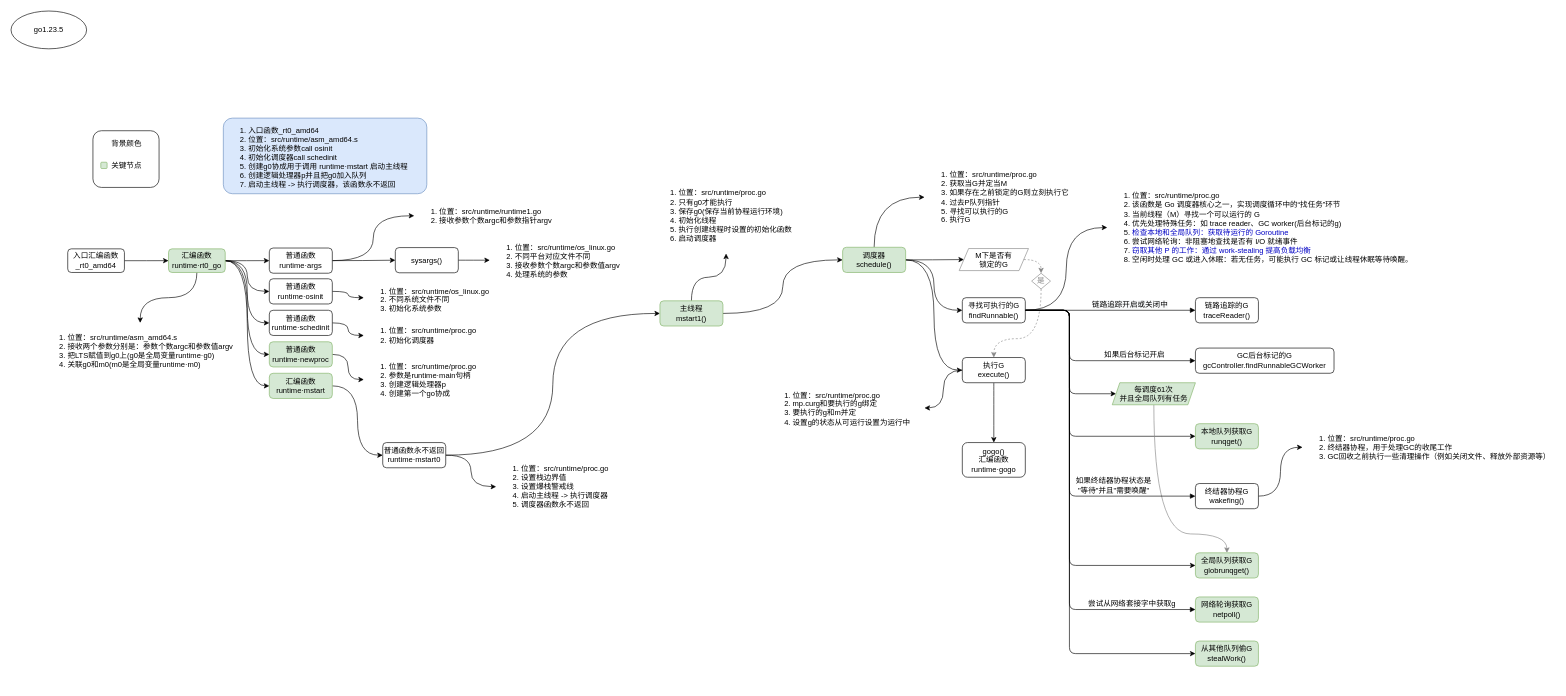
The draw.io diagram book/src/MGP.drawio in fire1220/annotation-go1.23.5, before the edit. Source tidied: cells renumbered, new cells numbered last; positions are measured from the earlier drawing's top-left corner, leaving out a move shared by most shapes. Both pictures are drawn from the tidied source at 63%, with x=0, y=0 at pixel (11, 11).
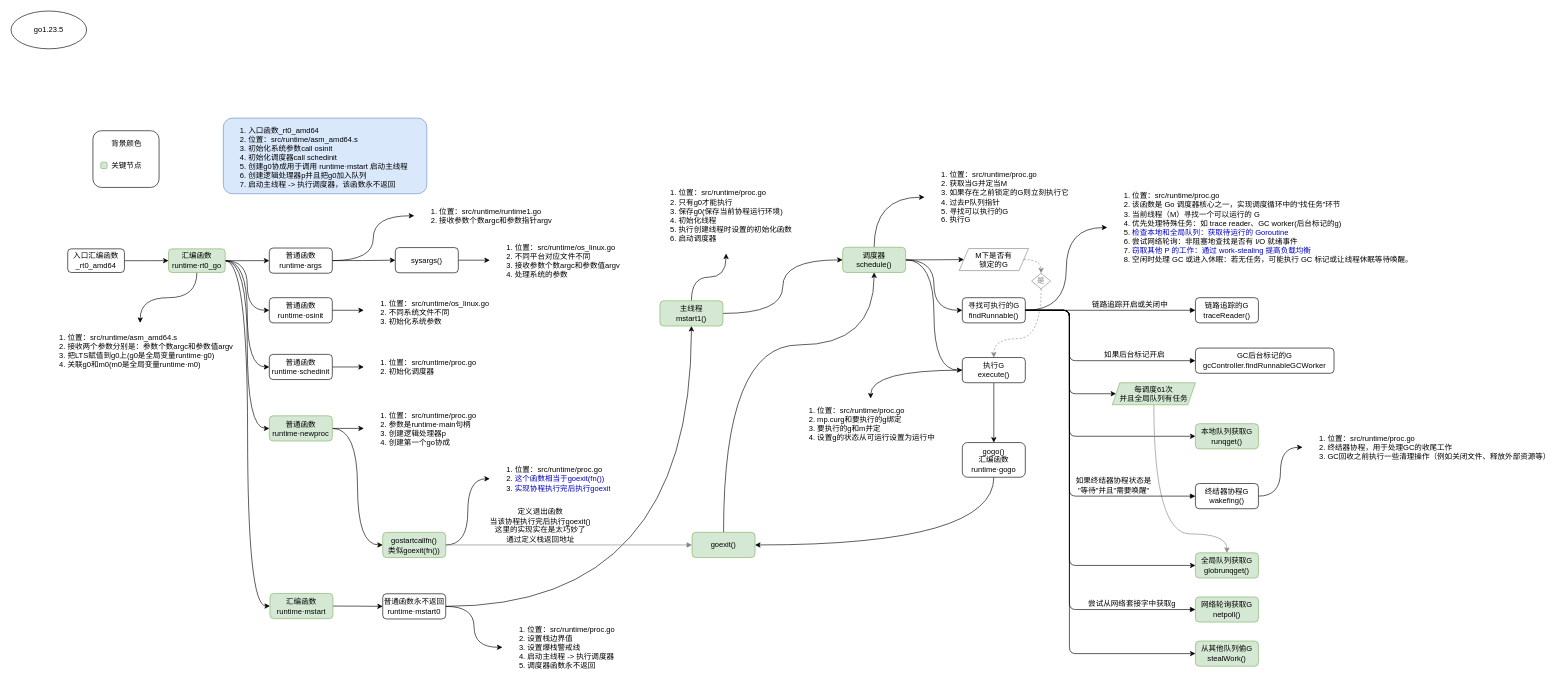
After the change.

Commit message (it also covers changes not shown here):
MPG-gogo

The change refers to these unchanged cells:
```xml
<mxCell id="38" value="主线程&lt;br&gt;mstart1()" style="rounded=1;whiteSpace=wrap;html=1;labelBackgroundColor=none;fontSize=12;align=center;fillColor=#d5e8d4;strokeColor=#82b366;" parent="1" vertex="1">
  <mxGeometry x="1030" y="460" width="100" height="40" as="geometry" />
</mxCell>
<mxCell id="44" value="调度器&lt;br&gt;schedule()" style="rounded=1;whiteSpace=wrap;html=1;labelBackgroundColor=none;fontSize=12;align=center;fillColor=#d5e8d4;strokeColor=#82b366;" parent="1" vertex="1">
  <mxGeometry x="1320" y="375" width="100" height="40" as="geometry" />
</mxCell>
<mxCell id="81" value="gogo()&lt;br&gt;汇编函数&lt;br&gt;runtime·gogo" style="rounded=1;whiteSpace=wrap;html=1;labelBackgroundColor=none;fontSize=12;align=center;" parent="1" vertex="1">
  <mxGeometry x="1510" y="685" width="100" height="55" as="geometry" />
</mxCell>
```

Diff of the diagram source:
```diff
@@
     <mxCell id="17" value="普通函数&lt;br&gt;runtime·osinit" style="rounded=1;whiteSpace=wrap;html=1;labelBackgroundColor=none;align=center;" parent="1" vertex="1">
-      <mxGeometry x="410" y="425" width="100" height="40" as="geometry" />
+      <mxGeometry x="410" y="455" width="100" height="40" as="geometry" />
     </mxCell>
-    <mxCell id="18" style="edgeStyle=orthogonalEdgeStyle;curved=1;rounded=0;jettySize=auto;html=1;fontSize=12;strokeWidth=1;" parent="1" edge="1" source="19" target="33">
+    <mxCell id="18" style="edgeStyle=orthogonalEdgeStyle;curved=1;rounded=0;jettySize=auto;html=1;fontSize=12;strokeWidth=1;entryX=0;entryY=0.5;entryDx=0;entryDy=0;" parent="1" edge="1" source="19" target="33">
       <mxGeometry relative="1" as="geometry" />
     </mxCell>
     <mxCell id="19" value="普通函数&lt;br&gt;runtime·schedinit" style="rounded=1;whiteSpace=wrap;html=1;labelBackgroundColor=none;align=center;" parent="1" vertex="1">
-      <mxGeometry x="410" y="475" width="100" height="40" as="geometry" />
+      <mxGeometry x="410" y="545" width="100" height="40" as="geometry" />
     </mxCell>
@@
+    <mxCell id="82" style="edgeStyle=orthogonalEdgeStyle;curved=1;rounded=1;jettySize=auto;html=1;entryX=0;entryY=0.5;entryDx=0;entryDy=0;fontSize=12;fontColor=#000000;strokeColor=#000000;strokeWidth=1;" parent="1" edge="1" source="21" target="85">
+      <mxGeometry relative="1" as="geometry" />
+    </mxCell>
     <mxCell id="21" value="普通函数&lt;br&gt;runtime·newproc" style="rounded=1;whiteSpace=wrap;html=1;labelBackgroundColor=none;align=center;fillColor=#d5e8d4;strokeColor=#82b366;" parent="1" vertex="1">
-      <mxGeometry x="410" y="525" width="100" height="40" as="geometry" />
+      <mxGeometry x="410" y="642.5" width="100" height="40" as="geometry" />
     </mxCell>
@@
     <mxCell id="23" value="汇编函数&lt;br&gt;runtime·mstart" style="rounded=1;whiteSpace=wrap;html=1;labelBackgroundColor=none;align=center;fillColor=#d5e8d4;strokeColor=#82b366;" parent="1" vertex="1">
-      <mxGeometry x="410" y="575" width="100" height="40" as="geometry" />
+      <mxGeometry x="411" y="924.5" width="100" height="40" as="geometry" />
     </mxCell>
@@
-    <mxCell id="25" style="edgeStyle=orthogonalEdgeStyle;curved=1;rounded=0;jettySize=auto;html=1;entryX=0;entryY=0.5;entryDx=0;entryDy=0;fontSize=12;strokeWidth=1;" parent="1" edge="1" source="26" target="38">
+    <mxCell id="25" style="edgeStyle=orthogonalEdgeStyle;curved=1;rounded=0;jettySize=auto;html=1;entryX=0.5;entryY=1;entryDx=0;entryDy=0;fontSize=12;strokeWidth=1;" parent="1" edge="1" source="26" target="38">
       <mxGeometry relative="1" as="geometry" />
     </mxCell>
     <mxCell id="26" value="&lt;span&gt;普通函数永不返回&lt;/span&gt;&lt;br&gt;runtime·mstart0" style="rounded=1;whiteSpace=wrap;html=1;labelBackgroundColor=none;align=center;" parent="1" vertex="1">
-      <mxGeometry x="590" y="685" width="100" height="40" as="geometry" />
+      <mxGeometry x="590" y="925" width="100" height="40" as="geometry" />
     </mxCell>
     <mxCell id="27" value="&lt;ol&gt;&lt;li&gt;&lt;span style=&quot;font-size: 12px ; text-align: center&quot;&gt;位置：&lt;/span&gt;src/runtime/proc.go&lt;/li&gt;&lt;li style=&quot;font-size: 12px&quot;&gt;&lt;span style=&quot;text-align: center&quot;&gt;参数是runtime·main句柄&lt;/span&gt;&lt;br&gt;&lt;/li&gt;&lt;li style=&quot;font-size: 12px&quot;&gt;创建逻辑处理器p&lt;/li&gt;&lt;li style=&quot;font-size: 12px&quot;&gt;创建第一个go协成&lt;/li&gt;&lt;/ol&gt;" style="text;strokeColor=none;fillColor=none;html=1;verticalAlign=middle;overflow=hidden;align=left;spacing=0;labelBorderColor=none;labelBackgroundColor=none;imageWidth=24;imageHeight=24;arcSize=12;fontSize=12;absoluteArcSize=0;fillOpacity=100;" parent="1" vertex="1">
-      <mxGeometry x="560" y="545" width="190" height="80" as="geometry" />
+      <mxGeometry x="560" y="622.5" width="190" height="80" as="geometry" />
     </mxCell>
@@
     <mxCell id="33" value="&lt;ol&gt;&lt;li&gt;&lt;span style=&quot;font-size: 12px;&quot;&gt;位置：&lt;/span&gt;src/runtime/proc.go&lt;/li&gt;&lt;li style=&quot;font-size: 12px;&quot;&gt;初始化调度器&lt;/li&gt;&lt;/ol&gt;" style="text;strokeColor=none;fillColor=none;html=1;verticalAlign=middle;overflow=hidden;align=left;spacing=0;labelBorderColor=none;labelBackgroundColor=none;imageWidth=24;imageHeight=24;arcSize=12;fontSize=12;absoluteArcSize=0;fillOpacity=100;" parent="1" vertex="1">
-      <mxGeometry x="560" y="485" width="190" height="60" as="geometry" />
+      <mxGeometry x="560" y="535" width="190" height="60" as="geometry" />
     </mxCell>
     <mxCell id="34" value="&lt;ol&gt;&lt;li&gt;&lt;span style=&quot;font-size: 12px&quot;&gt;位置：&lt;/span&gt;src/runtime/os_linux.go&lt;/li&gt;&lt;li&gt;不同系统文件不同&lt;/li&gt;&lt;li style=&quot;font-size: 12px&quot;&gt;初始化系统参数&lt;/li&gt;&lt;/ol&gt;" style="text;strokeColor=none;fillColor=none;html=1;verticalAlign=middle;overflow=hidden;align=left;spacing=0;labelBorderColor=none;labelBackgroundColor=none;imageWidth=24;imageHeight=24;arcSize=12;fontSize=12;absoluteArcSize=0;fillOpacity=100;" parent="1" vertex="1">
-      <mxGeometry x="560" y="425" width="210" height="60" as="geometry" />
+      <mxGeometry x="560" y="445" width="210" height="60" as="geometry" />
     </mxCell>
     <mxCell id="35" value="&lt;ol&gt;&lt;li&gt;&lt;span style=&quot;font-size: 12px ; text-align: center&quot;&gt;位置：&lt;/span&gt;src/runtime/proc.go&lt;/li&gt;&lt;li&gt;设置栈边界值&lt;/li&gt;&lt;li&gt;设置爆栈警戒线&lt;/li&gt;&lt;li&gt;启动主线程 -&amp;gt; 执行调度器&lt;/li&gt;&lt;li&gt;调度器函数永不返回&lt;br&gt;&lt;/li&gt;&lt;/ol&gt;" style="text;strokeColor=none;fillColor=none;html=1;verticalAlign=middle;overflow=hidden;align=left;spacing=0;labelBorderColor=none;labelBackgroundColor=none;imageWidth=24;imageHeight=24;arcSize=12;fontSize=12;absoluteArcSize=0;fillOpacity=100;" parent="1" vertex="1">
-      <mxGeometry x="770" y="695" width="200" height="120" as="geometry" />
+      <mxGeometry x="780" y="950" width="200" height="120" as="geometry" />
     </mxCell>
@@
     <mxCell id="80" value="&lt;ol&gt;&lt;li&gt;&lt;span style=&quot;font-size: 12px ; text-align: center&quot;&gt;位置：&lt;/span&gt;src/runtime/proc.go&lt;/li&gt;&lt;li&gt;mp.curg和要执行的g绑定&lt;/li&gt;&lt;li&gt;要执行的g和m并定&lt;/li&gt;&lt;li&gt;设置g的状态从可运行设置为运行中&lt;/li&gt;&lt;/ol&gt;" style="text;strokeColor=none;fillColor=none;html=1;verticalAlign=middle;overflow=hidden;align=left;spacing=0;labelBorderColor=none;labelBackgroundColor=none;imageWidth=24;imageHeight=24;arcSize=12;fontSize=12;absoluteArcSize=0;fillOpacity=100;" parent="1" vertex="1">
-      <mxGeometry x="1201" y="590" width="249" height="80" as="geometry" />
+      <mxGeometry x="1240" y="615" width="249" height="80" as="geometry" />
     </mxCell>
+    <mxCell id="83" style="edgeStyle=orthogonalEdgeStyle;curved=1;rounded=1;jettySize=auto;html=1;entryX=1;entryY=0.5;entryDx=0;entryDy=0;fontSize=12;fontColor=#000000;strokeColor=#000000;strokeWidth=1;exitX=0.5;exitY=1;exitDx=0;exitDy=0;" parent="1" edge="1" source="81" target="88">
+      <mxGeometry relative="1" as="geometry" />
+    </mxCell>
@@
+    <mxCell id="84" style="edgeStyle=orthogonalEdgeStyle;curved=1;rounded=1;jettySize=auto;html=1;entryX=0;entryY=0.5;entryDx=0;entryDy=0;fontSize=12;fontColor=#000000;strokeColor=#000000;strokeWidth=1;exitX=1;exitY=0.5;exitDx=0;exitDy=0;" parent="1" edge="1" source="85" target="86">
+      <mxGeometry relative="1" as="geometry" />
+    </mxCell>
+    <mxCell id="85" value="gostartcallfn()&lt;br&gt;类似goexit(fn())" style="rounded=1;whiteSpace=wrap;html=1;labelBackgroundColor=none;align=center;fillColor=#d5e8d4;strokeColor=#82b366;" parent="1" vertex="1">
+      <mxGeometry x="590" y="827.5" width="100" height="40" as="geometry" />
+    </mxCell>
+    <mxCell id="86" value="&lt;ol&gt;&lt;li&gt;&lt;span style=&quot;font-size: 12px&quot;&gt;位置：&lt;/span&gt;src/runtime/proc.go&lt;/li&gt;&lt;li style=&quot;font-size: 12px&quot;&gt;&lt;font color=&quot;#0000c4&quot;&gt;这个函数相当于goexit(fn())&lt;/font&gt;&lt;/li&gt;&lt;li style=&quot;font-size: 12px&quot;&gt;&lt;font color=&quot;#0000c4&quot;&gt;实现协程执行完后执行goexit&lt;/font&gt;&lt;/li&gt;&lt;/ol&gt;" style="text;strokeColor=none;fillColor=none;html=1;verticalAlign=middle;overflow=hidden;align=left;spacing=0;labelBorderColor=none;labelBackgroundColor=none;imageWidth=24;imageHeight=24;arcSize=12;fontSize=12;absoluteArcSize=0;fillOpacity=100;" parent="1" vertex="1">
+      <mxGeometry x="760" y="702.5" width="200" height="80" as="geometry" />
+    </mxCell>
+    <mxCell id="87" style="edgeStyle=orthogonalEdgeStyle;curved=1;rounded=1;jettySize=auto;html=1;entryX=0.5;entryY=1;entryDx=0;entryDy=0;fontSize=12;fontColor=#000000;strokeColor=#000000;strokeWidth=1;exitX=0.5;exitY=0;exitDx=0;exitDy=0;" parent="1" edge="1" source="88" target="44">
+      <mxGeometry relative="1" as="geometry">
+        <Array as="points">
+          <mxPoint x="1131" y="530" />
+          <mxPoint x="1370" y="530" />
+        </Array>
+      </mxGeometry>
+    </mxCell>
+    <mxCell id="88" value="goexit()" style="rounded=1;whiteSpace=wrap;html=1;labelBackgroundColor=none;align=center;fillColor=#d5e8d4;strokeColor=#82b366;" parent="1" vertex="1">
+      <mxGeometry x="1081" y="827.5" width="100" height="40" as="geometry" />
+    </mxCell>
+    <mxCell id="89" value="定义退出函数&lt;br&gt;当该协程执行完后执行goexit()&lt;br&gt;这里的实现实在是太巧妙了&lt;br&gt;通过定义栈返回地址" style="html=1;verticalAlign=bottom;endArrow=block;shadow=0;edgeStyle=orthogonalEdgeStyle;fontSize=12;fontColor=#000000;strokeWidth=1;entryX=0;entryY=0.5;entryDx=0;entryDy=0;exitX=1;exitY=0.5;exitDx=0;exitDy=0;strokeColor=#868686;" parent="1" edge="1" source="85" target="88">
+      <mxGeometry x="-0.23" relative="1" as="geometry">
+        <mxPoint x="-1" as="offset" />
+      </mxGeometry>
+    </mxCell>
```
